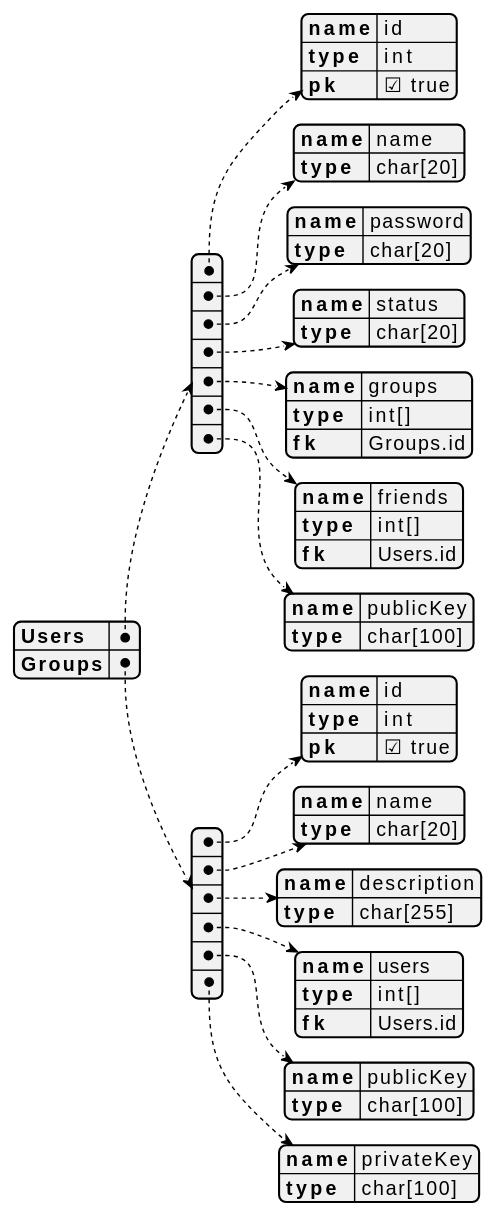
The PlantUML diagram out/serverDB.svg in mchlebosz/IPC-Chat-Service, before a commit. The source it was exported from:
```plantuml
@startjson serverDB
!theme vibrant from https://raw.githubusercontent.com/plantuml/plantuml/master/themes

{
    "Users": [
        {
        "name": "id",
        "type": "int",
        "pk": true
        },
        {
        "name": "name",
        "type": "char[20]"
        },
        {
        "name": "password",
        "type": "char[20]"
        },
        {
        "name": "status",
        "type": "char[20]"
        },
        {
        "name": "groups",
        "type": "int[]",
        "fk": "Groups.id"
        },
        {
        "name": "friends",
        "type": "int[]",
        "fk": "Users.id"
        },
        {
        "name": "publicKey",
        "type": "char[100]"
        }
    ]
    ,
    "Groups": [
        {
        "name": "id",
        "type": "int",
        "pk": true
        },
        {
        "name": "name",
        "type": "char[20]"
        },
        {
        "name": "description",
        "type": "char[255]"
        },
        {
        "name": "users",
        "type": "int[]",
        "fk": "Users.id"
        },
        {
        "name": "publicKey",
        "type": "char[100]"
        },
        {
        "name": "privateKey",
        "type": "char[100]"
        }
    ]
}
@endjson
```
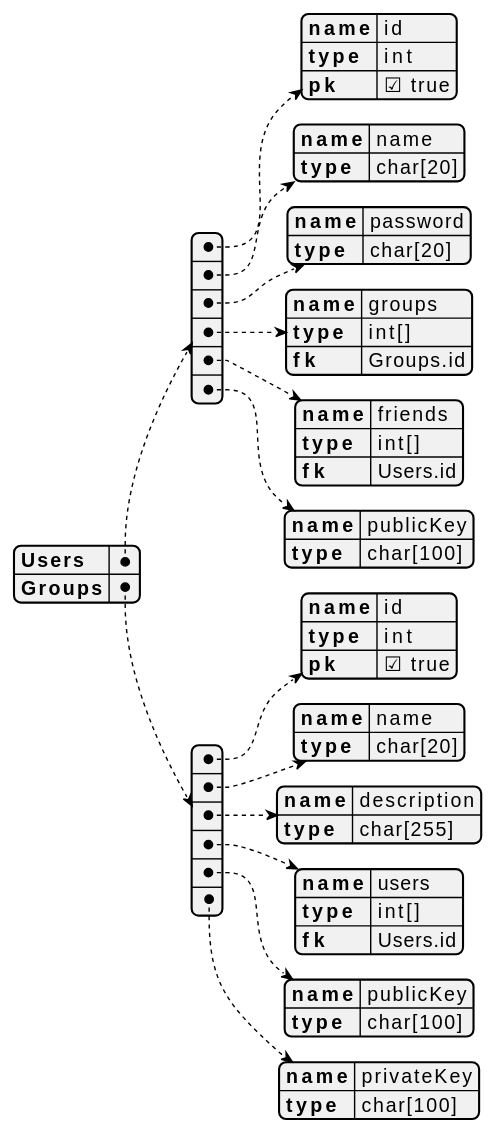
Later version of the same file.

The edit, as a diff of the source:
```diff
@@ -14,10 +14,6 @@
         },
         {
         "name": "password",
-        "type": "char[20]"
-        },
-        {
-        "name": "status",
         "type": "char[20]"
         },
         {
```
